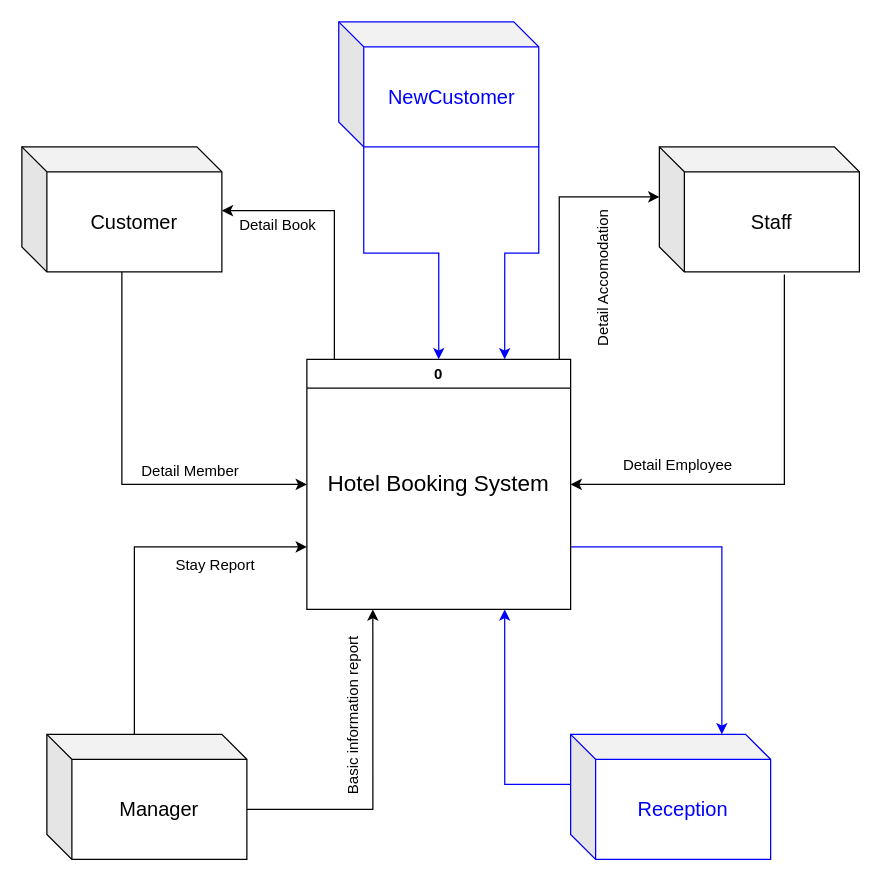
The draw.io diagram แบบแผนที่ยังไม่ได้ตั้งชื่อ.drawio in Yaya25aom/bookhotel, before the edit. Source tidied: cells renumbered, new cells numbered last; positions are measured from the earlier drawing's top-left corner, leaving out a move shared by most shapes. Both pictures are drawn from the tidied source at 125%, with x=0, y=0 at pixel (21, 21).
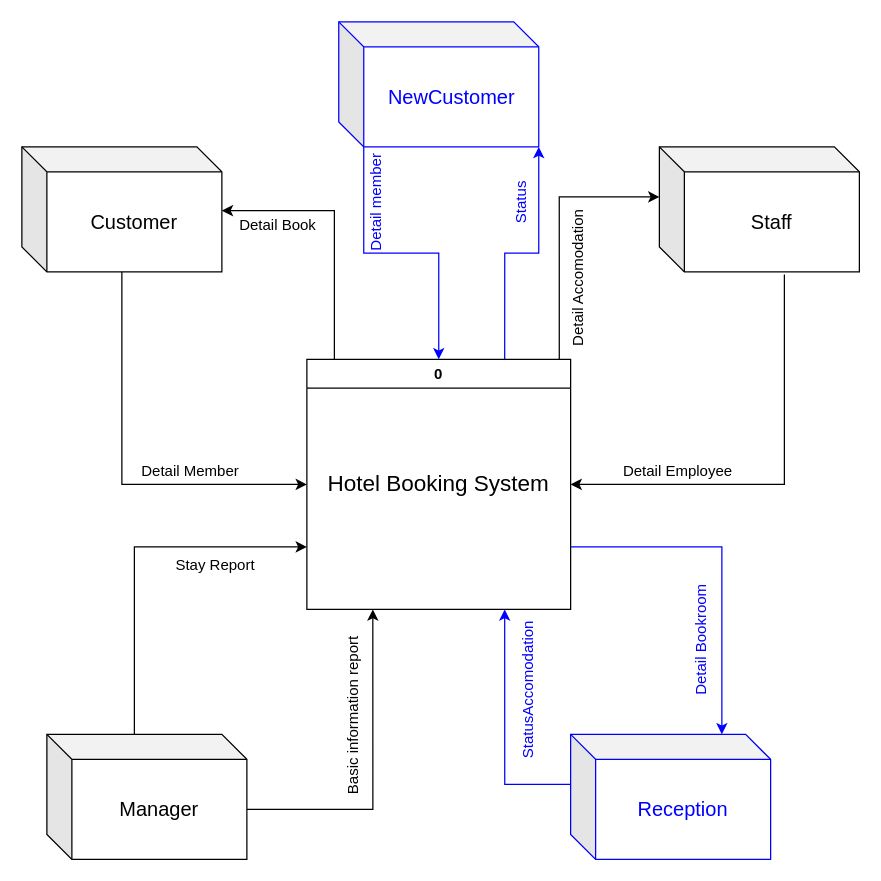
Above is the later version.

Unchanged cells that the change refers to:
```xml
<mxCell id="3" value="0" style="swimlane;whiteSpace=wrap;html=1;" parent="1" vertex="1">
  <mxGeometry x="228" y="270" width="211" height="200" as="geometry" />
</mxCell>
<mxCell id="22" value="&lt;font color=&quot;#0000ff&quot;&gt;NewCustomer&lt;/font&gt;" style="shape=cube;whiteSpace=wrap;html=1;boundedLbl=1;backgroundOutline=1;darkOpacity=0.05;darkOpacity2=0.1;fontSize=16;strokeColor=#0000FF;" parent="1" vertex="1">
  <mxGeometry x="253.5" width="160" height="100" as="geometry" />
</mxCell>
```

Change to the diagram source:
```diff
@@
+    <mxCell id="25" style="edgeStyle=orthogonalEdgeStyle;rounded=0;jettySize=auto;html=1;exitX=0.75;exitY=0;exitDx=0;exitDy=0;entryX=1;entryY=1;entryDx=0;entryDy=0;entryPerimeter=0;strokeColor=#0000FF;" parent="1" edge="1" source="3" target="22">
+      <mxGeometry relative="1" as="geometry" />
+    </mxCell>
@@
     <mxCell id="16" value="Detail Accomodation" style="text;html=1;strokeColor=none;fillColor=none;align=center;verticalAlign=middle;whiteSpace=wrap;rounded=0;rotation=-90;" parent="1" vertex="1">
-      <mxGeometry x="400" y="190" width="130" height="30" as="geometry" />
+      <mxGeometry x="380" y="190" width="130" height="30" as="geometry" />
     </mxCell>
     <mxCell id="17" value="Detail Employee" style="text;html=1;strokeColor=none;fillColor=none;align=center;verticalAlign=middle;whiteSpace=wrap;rounded=0;" parent="1" vertex="1">
-      <mxGeometry x="460" y="340" width="130" height="30" as="geometry" />
+      <mxGeometry x="460" y="345" width="130" height="30" as="geometry" />
     </mxCell>
@@
-    <mxCell id="21" style="edgeStyle=orthogonalEdgeStyle;rounded=0;jettySize=auto;html=1;exitX=1;exitY=1;exitDx=0;exitDy=0;exitPerimeter=0;entryX=0.75;entryY=0;entryDx=0;entryDy=0;strokeColor=#0000FF;" parent="1" edge="1" source="22" target="3">
-      <mxGeometry relative="1" as="geometry" />
-    </mxCell>
@@
+    <mxCell id="26" value="&lt;font color=&quot;#0000ff&quot;&gt;Detail member&lt;/font&gt;" style="text;html=1;align=center;verticalAlign=middle;strokeColor=none;fillColor=none;rotation=-90;" parent="1" vertex="1">
+      <mxGeometry x="234" y="130" width="100" height="30" as="geometry" />
+    </mxCell>
+    <mxCell id="27" value="&lt;font color=&quot;#0000ff&quot;&gt;Status&lt;/font&gt;" style="text;html=1;align=center;verticalAlign=middle;strokeColor=none;fillColor=none;rotation=-90;" parent="1" vertex="1">
+      <mxGeometry x="370" y="130" width="60" height="30" as="geometry" />
+    </mxCell>
+    <mxCell id="28" value="&lt;font color=&quot;#0000ff&quot;&gt;Detail Bookroom&lt;/font&gt;" style="text;html=1;align=center;verticalAlign=middle;strokeColor=none;fillColor=none;rotation=-90;" parent="1" vertex="1">
+      <mxGeometry x="489" y="480" width="110" height="30" as="geometry" />
+    </mxCell>
+    <mxCell id="29" value="&lt;font color=&quot;#0000ff&quot;&gt;StatusAccomodation&lt;/font&gt;" style="text;html=1;align=center;verticalAlign=middle;strokeColor=none;fillColor=none;rotation=-90;" parent="1" vertex="1">
+      <mxGeometry x="340" y="520" width="130" height="30" as="geometry" />
+    </mxCell>
```
